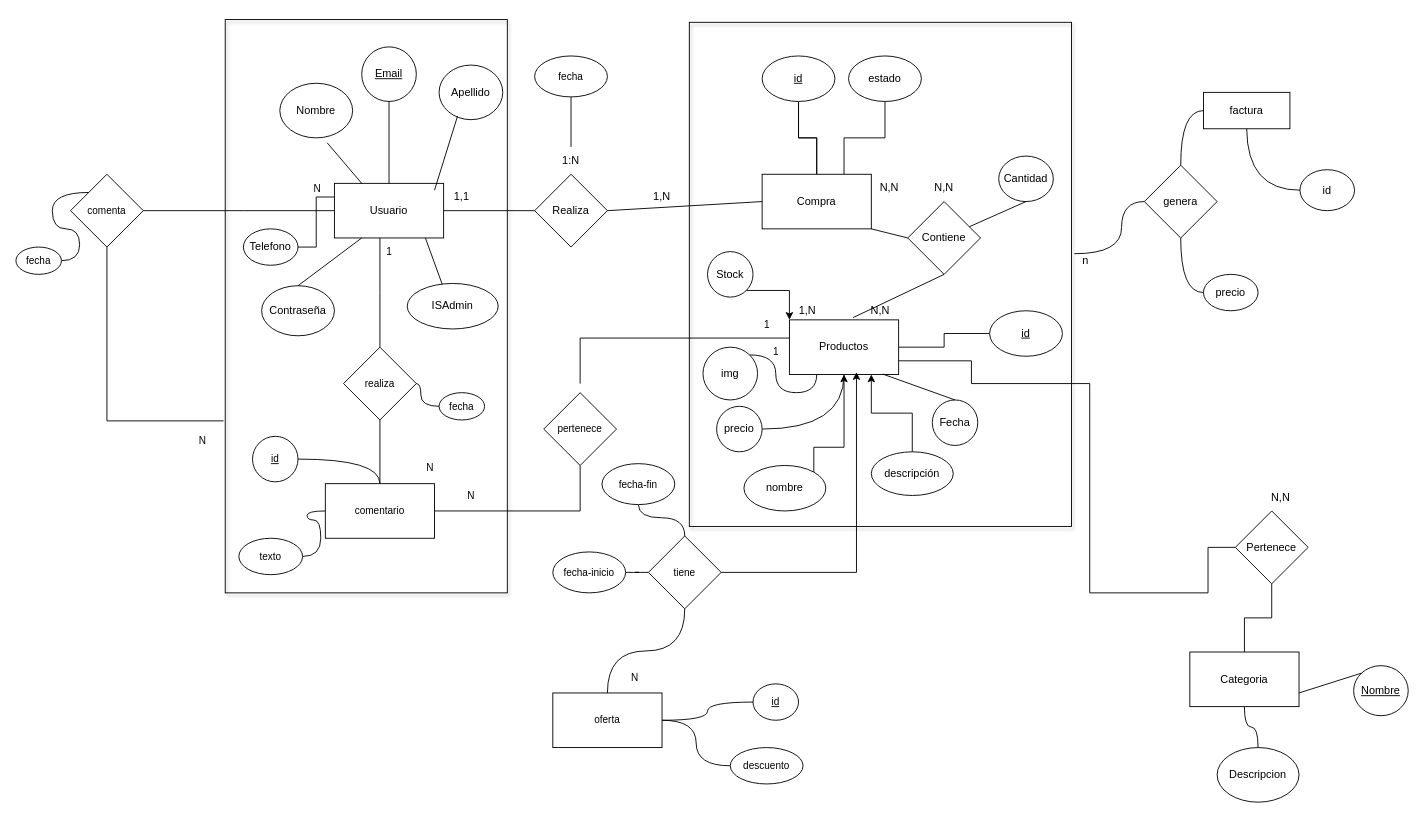
Earlier version of the draw.io diagram documentación/MER.drawio (DSofficial45/RedVerde). Source tidied: cells renumbered, new cells numbered last; positions are measured from the earlier drawing's top-left corner, leaving out a move shared by most shapes. Both pictures are drawn from the tidied source at 91%, with x=0, y=0 at pixel (15, 19).
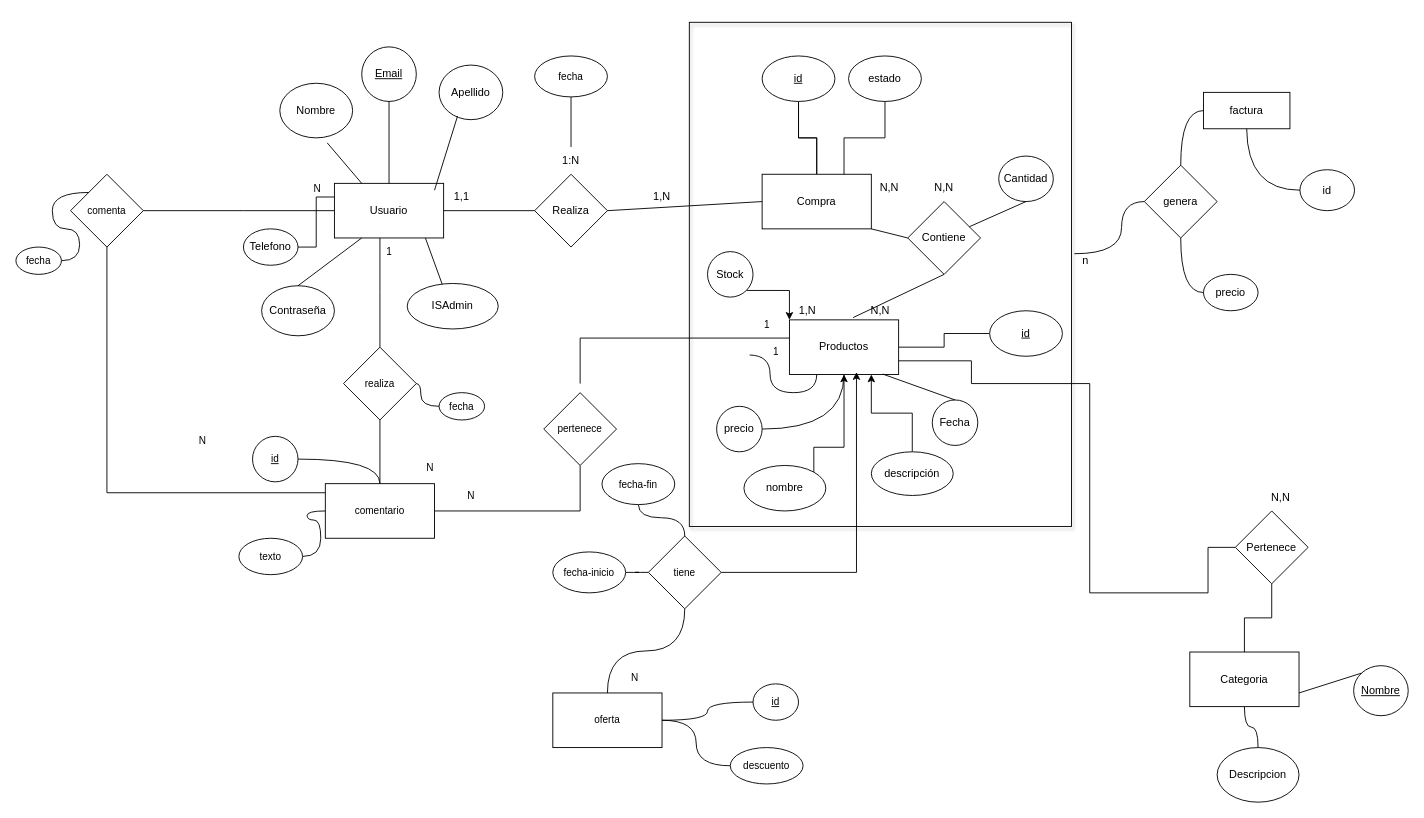
After the change.

The change refers to these unchanged cells:
```xml
<mxCell id="12" value="Productos" style="rounded=0;whiteSpace=wrap;html=1;" parent="1" vertex="1">
  <mxGeometry x="850" y="330" width="120" height="60" as="geometry" />
</mxCell>
<mxCell id="61" value="comentario" style="rounded=0;whiteSpace=wrap;html=1;fontFamily=Helvetica;fontSize=11;fontColor=default;labelBackgroundColor=default;" parent="1" vertex="1">
  <mxGeometry x="340" y="510" width="120" height="60" as="geometry" />
</mxCell>
<mxCell id="69" value="comenta" style="rhombus;whiteSpace=wrap;html=1;fontFamily=Helvetica;fontSize=11;fontColor=default;labelBackgroundColor=default;" parent="1" vertex="1">
  <mxGeometry x="60" y="170" width="80" height="80" as="geometry" />
</mxCell>
```

The edit, as a diff of the source:
```diff
@@
-    <mxCell id="2" style="rounded=0;whiteSpace=wrap;html=1;fontFamily=Helvetica;fontSize=11;fontColor=default;labelBackgroundColor=default;fillColor=none;shadow=1;" parent="1" vertex="1">
-      <mxGeometry x="230" width="310" height="630" as="geometry" />
-    </mxCell>
@@
-    <mxCell id="70" style="edgeStyle=orthogonalEdgeStyle;shape=connector;rounded=0;jettySize=auto;html=1;entryX=-0.006;entryY=0.7;entryDx=0;entryDy=0;entryPerimeter=0;strokeColor=default;align=center;verticalAlign=middle;fontFamily=Helvetica;fontSize=11;fontColor=default;labelBackgroundColor=default;endArrow=none;endFill=0;" parent="1" edge="1" source="69" target="2">
+    <mxCell id="70" style="edgeStyle=orthogonalEdgeStyle;shape=connector;rounded=0;jettySize=auto;html=1;strokeColor=default;align=center;verticalAlign=middle;fontFamily=Helvetica;fontSize=11;fontColor=default;labelBackgroundColor=default;endArrow=none;endFill=0;" parent="1" edge="1" source="69" target="61">
       <mxGeometry relative="1" as="geometry">
         <Array as="points">
-          <mxPoint x="100" y="441" />
+          <mxPoint x="100" y="520" />
         </Array>
       </mxGeometry>
     </mxCell>
@@
-    <mxCell id="103" style="edgeStyle=orthogonalEdgeStyle;rounded=0;jettySize=auto;html=1;exitX=1;exitY=0;exitDx=0;exitDy=0;entryX=0.25;entryY=1;entryDx=0;entryDy=0;curved=1;endArrow=none;endFill=0;" parent="1" edge="1" source="104" target="12">
-      <mxGeometry relative="1" as="geometry" />
+    <mxCell id="103" style="edgeStyle=orthogonalEdgeStyle;rounded=0;jettySize=auto;html=1;exitX=1;exitY=0;exitDx=0;exitDy=0;entryX=0.25;entryY=1;entryDx=0;entryDy=0;curved=1;endArrow=none;endFill=0;" parent="1" edge="1" target="12">
+      <mxGeometry relative="1" as="geometry">
+        <mxPoint x="806.3" y="368.6" as="sourcePoint" />
+      </mxGeometry>
     </mxCell>
-    <mxCell id="104" value="img" style="ellipse;whiteSpace=wrap;html=1;" parent="1" vertex="1">
-      <mxGeometry x="755" y="360" width="60" height="58" as="geometry" />
-    </mxCell>
```
